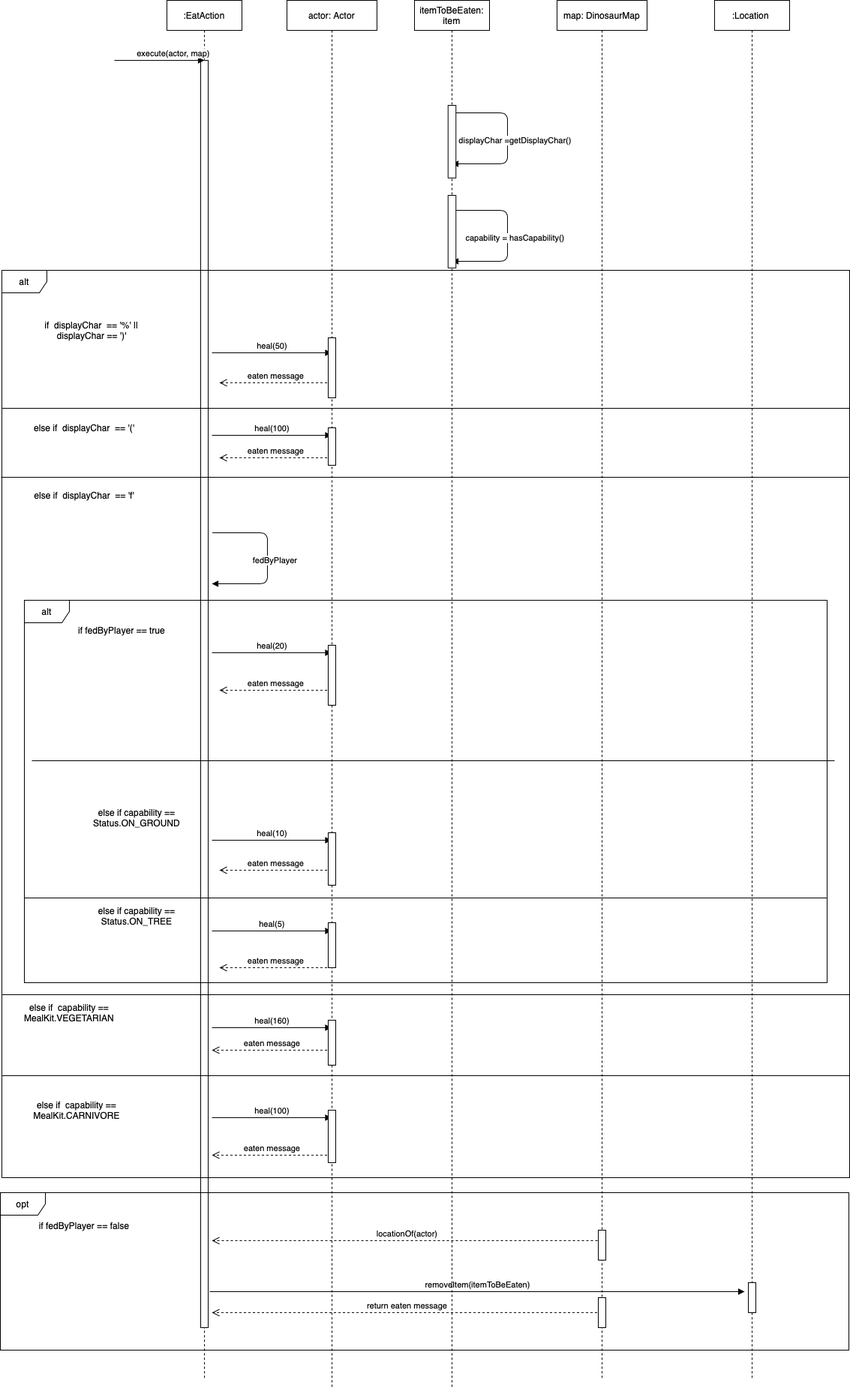
Above: assignment_workings/EatAction.execute.png in mltw/fit2099-jurassic-park-2021 (draw.io), before the change. Source tidied: cells renumbered, new cells last; positions are measured from the earlier drawing's top-left corner, leaving out a move shared by most shapes.
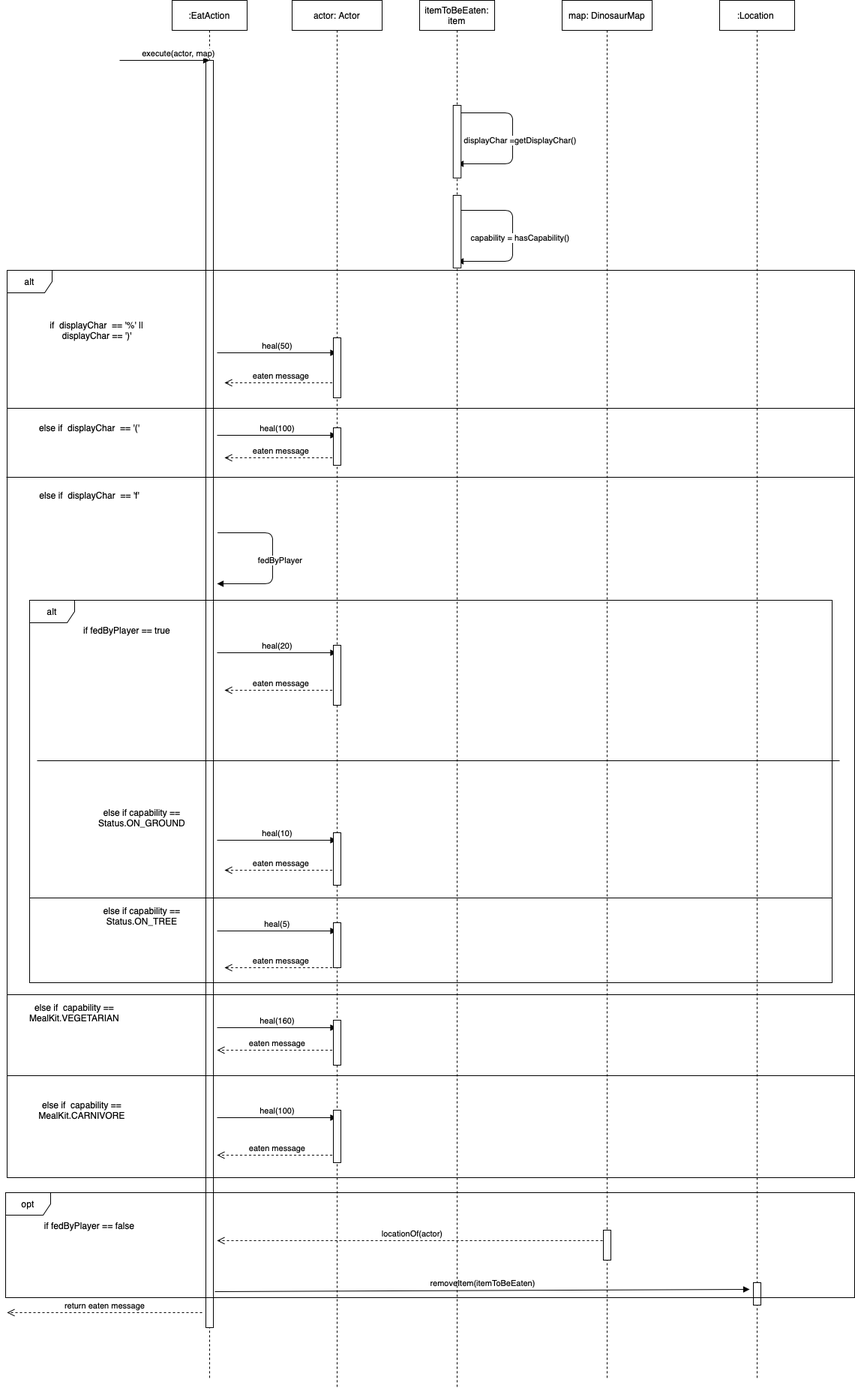
Later version of the same file.

Commit message:
update EatAction.execute sequence diagram

Change to the diagram source:
```diff
@@ -94,7 +94,7 @@
       <mxGeometry x="952" width="100" height="1840" as="geometry" />
     </mxCell>
     <mxCell id="18" style="html=1;points=[];perimeter=orthogonalPerimeter;" parent="17" vertex="1">
-      <mxGeometry x="45" y="1710" width="10" height="40" as="geometry" />
+      <mxGeometry x="45" y="1710" width="10" height="30" as="geometry" />
     </mxCell>
     <mxCell id="19" value="actor: Actor" style="shape=umlLifeline;perimeter=lifelinePerimeter;whiteSpace=wrap;html=1;outlineConnect=0;" parent="1" vertex="1">
       <mxGeometry x="382" width="120" height="1850" as="geometry" />
@@ -187,9 +187,10 @@
     <mxCell id="40" value="if fedByPlayer == false" style="text;html=1;strokeColor=none;fillColor=none;align=center;verticalAlign=middle;whiteSpace=wrap;rounded=0;" parent="1" vertex="1">
       <mxGeometry x="22" y="1614" width="180" height="40" as="geometry" />
     </mxCell>
-    <mxCell id="41" value="return eaten message" style="html=1;verticalAlign=bottom;endArrow=open;dashed=1;endSize=8;" parent="1" edge="1" source="15">
+    <mxCell id="41" value="return eaten message" style="html=1;verticalAlign=bottom;endArrow=open;dashed=1;endSize=8;" parent="1" edge="1">
       <mxGeometry relative="1" as="geometry">
-        <mxPoint x="282" y="1750" as="targetPoint" />
+        <mxPoint x="262" y="1750" as="sourcePoint" />
+        <mxPoint x="2" y="1750" as="targetPoint" />
       </mxGeometry>
     </mxCell>
     <mxCell id="42" value="alt" style="shape=umlFrame;whiteSpace=wrap;html=1;" parent="1" vertex="1">
@@ -217,7 +218,7 @@
       <mxGeometry x="2" y="1430" width="1130" height="8" as="geometry" />
     </mxCell>
     <mxCell id="50" value="opt" style="shape=umlFrame;whiteSpace=wrap;html=1;" parent="1" vertex="1">
-      <mxGeometry y="1590" width="1131" height="210" as="geometry" />
+      <mxGeometry y="1590" width="1132" height="140" as="geometry" />
     </mxCell>
     <mxCell id="51" style="html=1;perimeter=orthogonalPerimeter;" parent="1" vertex="1">
       <mxGeometry x="437" y="450" width="10" height="80" as="geometry" />
@@ -240,8 +241,5 @@
     <mxCell id="57" style="html=1;perimeter=orthogonalPerimeter;" parent="1" vertex="1">
       <mxGeometry x="437" y="1480" width="10" height="70" as="geometry" />
     </mxCell>
-    <mxCell id="58" style="html=1;perimeter=orthogonalPerimeter;" parent="1" vertex="1">
-      <mxGeometry x="797" y="1730" width="10" height="40" as="geometry" />
-    </mxCell>
   </root>
 </mxGraphModel>
```
